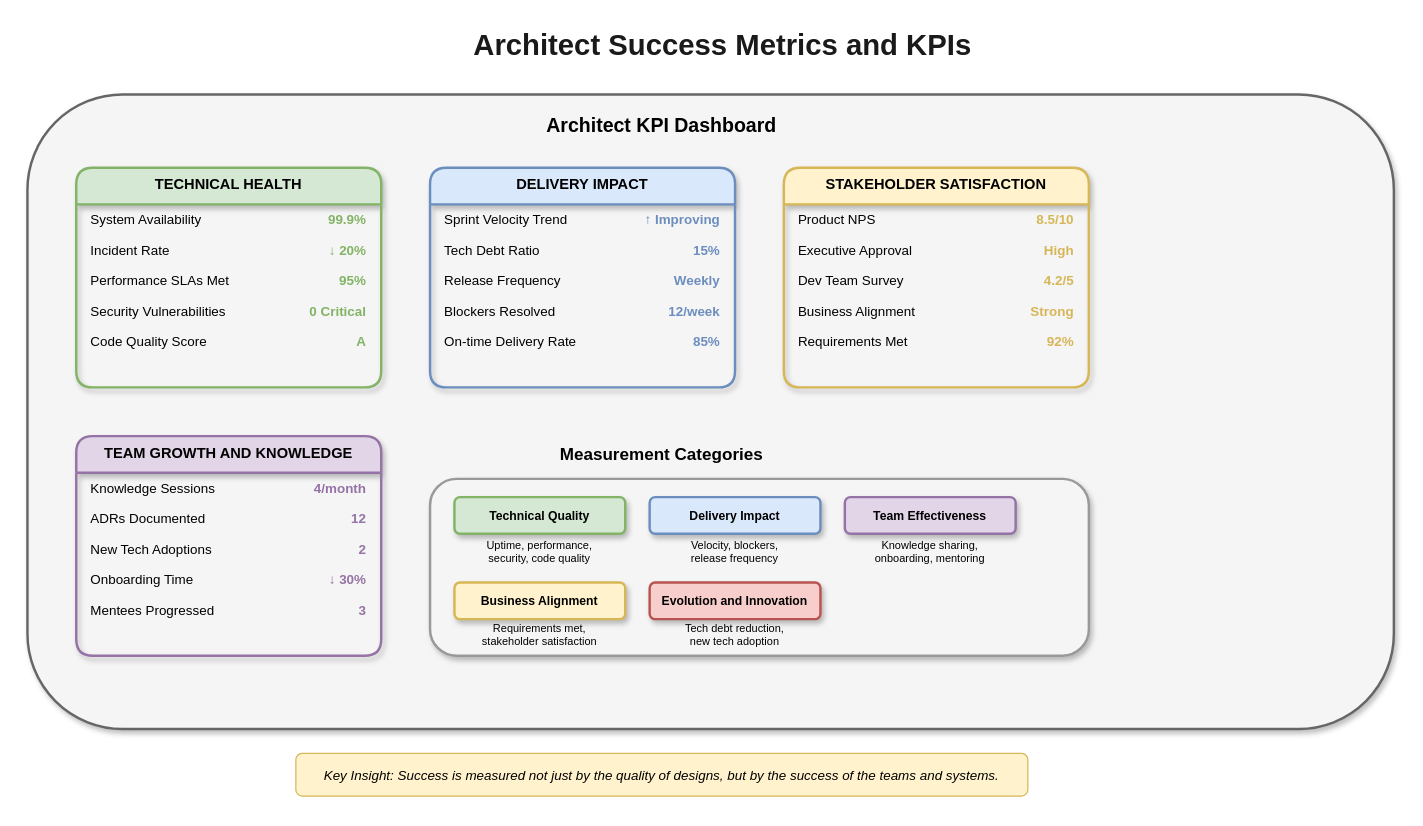
The draw.io diagram lesson-00-software-architect-overview/04-success-metrics/4.1-success-metrics-kpis.drawio in MrParkerZ7/document-lesson-software-architect-x-claude, before the edit. Source tidied: cells renumbered, new cells numbered last; positions are measured from the earlier drawing's top-left corner, leaving out a move shared by most shapes. Both pictures are drawn from the tidied source at 122%, with x=0, y=0 at pixel (27, 21).
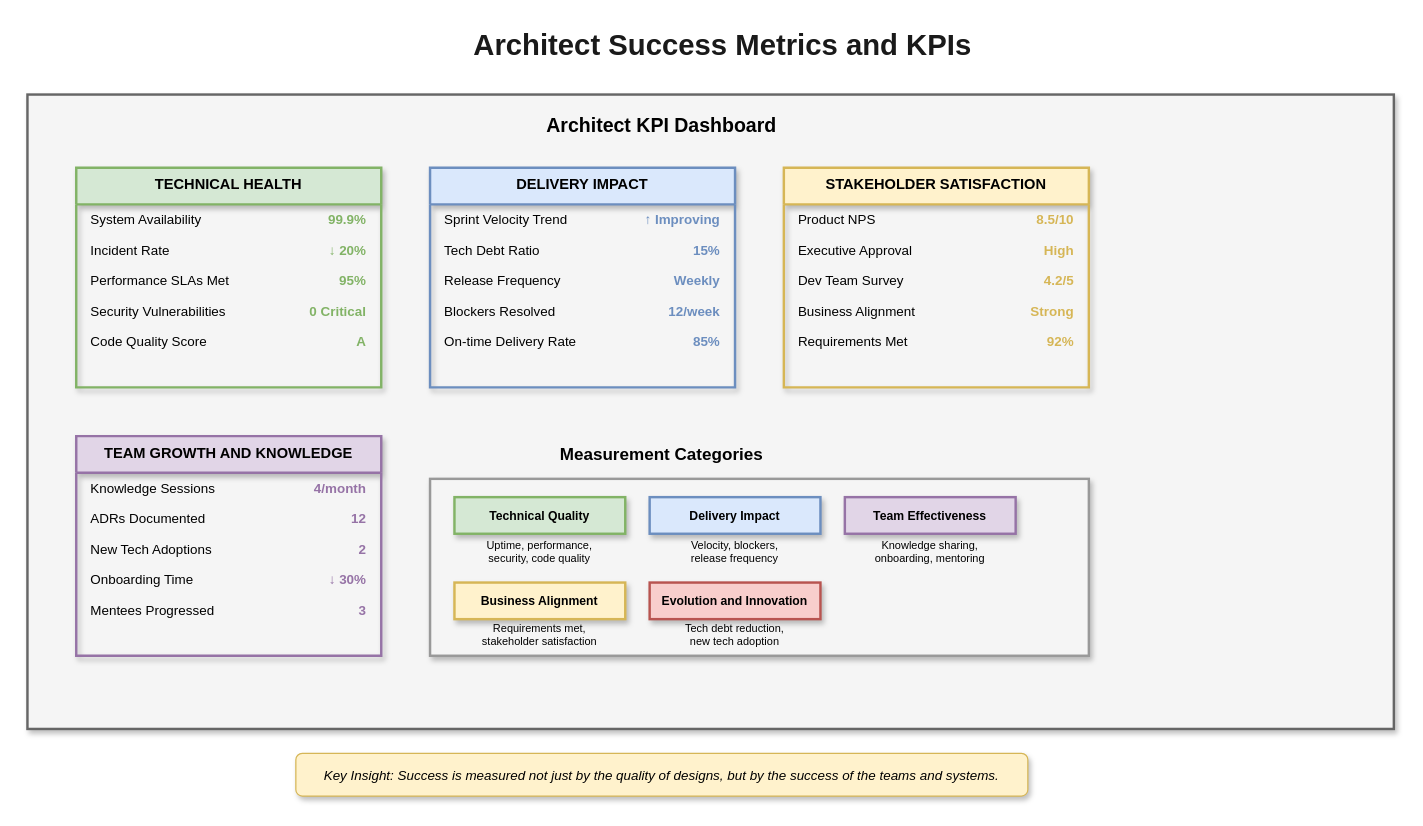
The same page after the edit.

Change to the diagram source:
```diff
@@
-    <mxCell id="3" style="rounded=1;whiteSpace=wrap;html=1;fillColor=#f5f5f5;strokeColor=#666666;strokeWidth=2;shadow=1;" parent="1" vertex="1">
+    <mxCell id="3" style="rounded=0;whiteSpace=wrap;html=1;fillColor=#f5f5f5;strokeColor=#666666;strokeWidth=2;shadow=1;" parent="1" vertex="1">
       <mxGeometry y="60" width="1120" height="520" as="geometry" />
     </mxCell>
@@
-    <mxCell id="5" value="TECHNICAL HEALTH" style="swimlane;fontStyle=1;align=center;verticalAlign=top;horizontal=1;startSize=30;fillColor=#d5e8d4;strokeColor=#82b366;fontSize=12;shadow=1;strokeWidth=2;rounded=1;" parent="1" vertex="1">
+    <mxCell id="5" value="TECHNICAL HEALTH" style="swimlane;fontStyle=1;align=center;verticalAlign=top;horizontal=1;startSize=30;fillColor=#d5e8d4;strokeColor=#82b366;fontSize=12;shadow=1;strokeWidth=2;rounded=0;" parent="1" vertex="1">
       <mxGeometry x="40" y="120" width="250" height="180" as="geometry" />
     </mxCell>
@@
-    <mxCell id="16" value="DELIVERY IMPACT" style="swimlane;fontStyle=1;align=center;verticalAlign=top;horizontal=1;startSize=30;fillColor=#dae8fc;strokeColor=#6c8ebf;fontSize=12;shadow=1;strokeWidth=2;rounded=1;" parent="1" vertex="1">
+    <mxCell id="16" value="DELIVERY IMPACT" style="swimlane;fontStyle=1;align=center;verticalAlign=top;horizontal=1;startSize=30;fillColor=#dae8fc;strokeColor=#6c8ebf;fontSize=12;shadow=1;strokeWidth=2;rounded=0;" parent="1" vertex="1">
       <mxGeometry x="330" y="120" width="250" height="180" as="geometry" />
     </mxCell>
@@
-    <mxCell id="27" value="STAKEHOLDER SATISFACTION" style="swimlane;fontStyle=1;align=center;verticalAlign=top;horizontal=1;startSize=30;fillColor=#fff2cc;strokeColor=#d6b656;fontSize=12;shadow=1;strokeWidth=2;rounded=1;" parent="1" vertex="1">
+    <mxCell id="27" value="STAKEHOLDER SATISFACTION" style="swimlane;fontStyle=1;align=center;verticalAlign=top;horizontal=1;startSize=30;fillColor=#fff2cc;strokeColor=#d6b656;fontSize=12;shadow=1;strokeWidth=2;rounded=0;" parent="1" vertex="1">
       <mxGeometry x="620" y="120" width="250" height="180" as="geometry" />
     </mxCell>
@@
-    <mxCell id="38" value="TEAM GROWTH AND KNOWLEDGE" style="swimlane;fontStyle=1;align=center;verticalAlign=top;horizontal=1;startSize=30;fillColor=#e1d5e7;strokeColor=#9673a6;fontSize=12;shadow=1;strokeWidth=2;rounded=1;" parent="1" vertex="1">
+    <mxCell id="38" value="TEAM GROWTH AND KNOWLEDGE" style="swimlane;fontStyle=1;align=center;verticalAlign=top;horizontal=1;startSize=30;fillColor=#e1d5e7;strokeColor=#9673a6;fontSize=12;shadow=1;strokeWidth=2;rounded=0;" parent="1" vertex="1">
       <mxGeometry x="40" y="340" width="250" height="180" as="geometry" />
     </mxCell>
@@
-    <mxCell id="50" style="rounded=1;whiteSpace=wrap;html=1;fillColor=#f5f5f5;strokeColor=#999999;shadow=1;strokeWidth=2;" parent="1" vertex="1">
+    <mxCell id="50" style="rounded=0;whiteSpace=wrap;html=1;fillColor=#f5f5f5;strokeColor=#999999;shadow=1;strokeWidth=2;" parent="1" vertex="1">
       <mxGeometry x="330" y="375" width="540" height="145" as="geometry" />
     </mxCell>
-    <mxCell id="51" value="Technical Quality" style="rounded=1;whiteSpace=wrap;html=1;fillColor=#d5e8d4;strokeColor=#82b366;fontSize=10;fontStyle=1;shadow=1;strokeWidth=2;" parent="1" vertex="1">
+    <mxCell id="51" value="Technical Quality" style="rounded=0;whiteSpace=wrap;html=1;fillColor=#d5e8d4;strokeColor=#82b366;fontSize=10;fontStyle=1;shadow=1;strokeWidth=2;" parent="1" vertex="1">
       <mxGeometry x="350" y="390" width="140" height="30" as="geometry" />
     </mxCell>
@@
-    <mxCell id="53" value="Delivery Impact" style="rounded=1;whiteSpace=wrap;html=1;fillColor=#dae8fc;strokeColor=#6c8ebf;fontSize=10;fontStyle=1;shadow=1;strokeWidth=2;" parent="1" vertex="1">
+    <mxCell id="53" value="Delivery Impact" style="rounded=0;whiteSpace=wrap;html=1;fillColor=#dae8fc;strokeColor=#6c8ebf;fontSize=10;fontStyle=1;shadow=1;strokeWidth=2;" parent="1" vertex="1">
       <mxGeometry x="510" y="390" width="140" height="30" as="geometry" />
     </mxCell>
@@
-    <mxCell id="55" value="Team Effectiveness" style="rounded=1;whiteSpace=wrap;html=1;fillColor=#e1d5e7;strokeColor=#9673a6;fontSize=10;fontStyle=1;shadow=1;strokeWidth=2;" parent="1" vertex="1">
+    <mxCell id="55" value="Team Effectiveness" style="rounded=0;whiteSpace=wrap;html=1;fillColor=#e1d5e7;strokeColor=#9673a6;fontSize=10;fontStyle=1;shadow=1;strokeWidth=2;" parent="1" vertex="1">
       <mxGeometry x="670" y="390" width="140" height="30" as="geometry" />
     </mxCell>
@@
-    <mxCell id="57" value="Business Alignment" style="rounded=1;whiteSpace=wrap;html=1;fillColor=#fff2cc;strokeColor=#d6b656;fontSize=10;fontStyle=1;shadow=1;strokeWidth=2;" parent="1" vertex="1">
+    <mxCell id="57" value="Business Alignment" style="rounded=0;whiteSpace=wrap;html=1;fillColor=#fff2cc;strokeColor=#d6b656;fontSize=10;fontStyle=1;shadow=1;strokeWidth=2;" parent="1" vertex="1">
       <mxGeometry x="350" y="460" width="140" height="30" as="geometry" />
     </mxCell>
@@
-    <mxCell id="59" value="Evolution and Innovation" style="rounded=1;whiteSpace=wrap;html=1;fillColor=#f8cecc;strokeColor=#b85450;fontSize=10;fontStyle=1;shadow=1;strokeWidth=2;" parent="1" vertex="1">
+    <mxCell id="59" value="Evolution and Innovation" style="rounded=0;whiteSpace=wrap;html=1;fillColor=#f8cecc;strokeColor=#b85450;fontSize=10;fontStyle=1;shadow=1;strokeWidth=2;" parent="1" vertex="1">
       <mxGeometry x="510" y="460" width="140" height="30" as="geometry" />
     </mxCell>
@@
-    <mxCell id="61" value="Key Insight: Success is measured not just by the quality of designs, but by the success of the teams and systems." style="text;html=1;strokeColor=#d6b656;fillColor=#fff2cc;align=center;verticalAlign=middle;whiteSpace=wrap;rounded=1;fontSize=11;fontStyle=2;" parent="1" vertex="1">
+    <mxCell id="61" value="Key Insight: Success is measured not just by the quality of designs, but by the success of the teams and systems." style="text;html=1;strokeColor=#d6b656;fillColor=#fff2cc;align=center;verticalAlign=middle;whiteSpace=wrap;rounded=1;fontSize=11;fontStyle=2;shadow=1;" parent="1" vertex="1">
       <mxGeometry x="220" y="600" width="600" height="35" as="geometry" />
     </mxCell>
```
